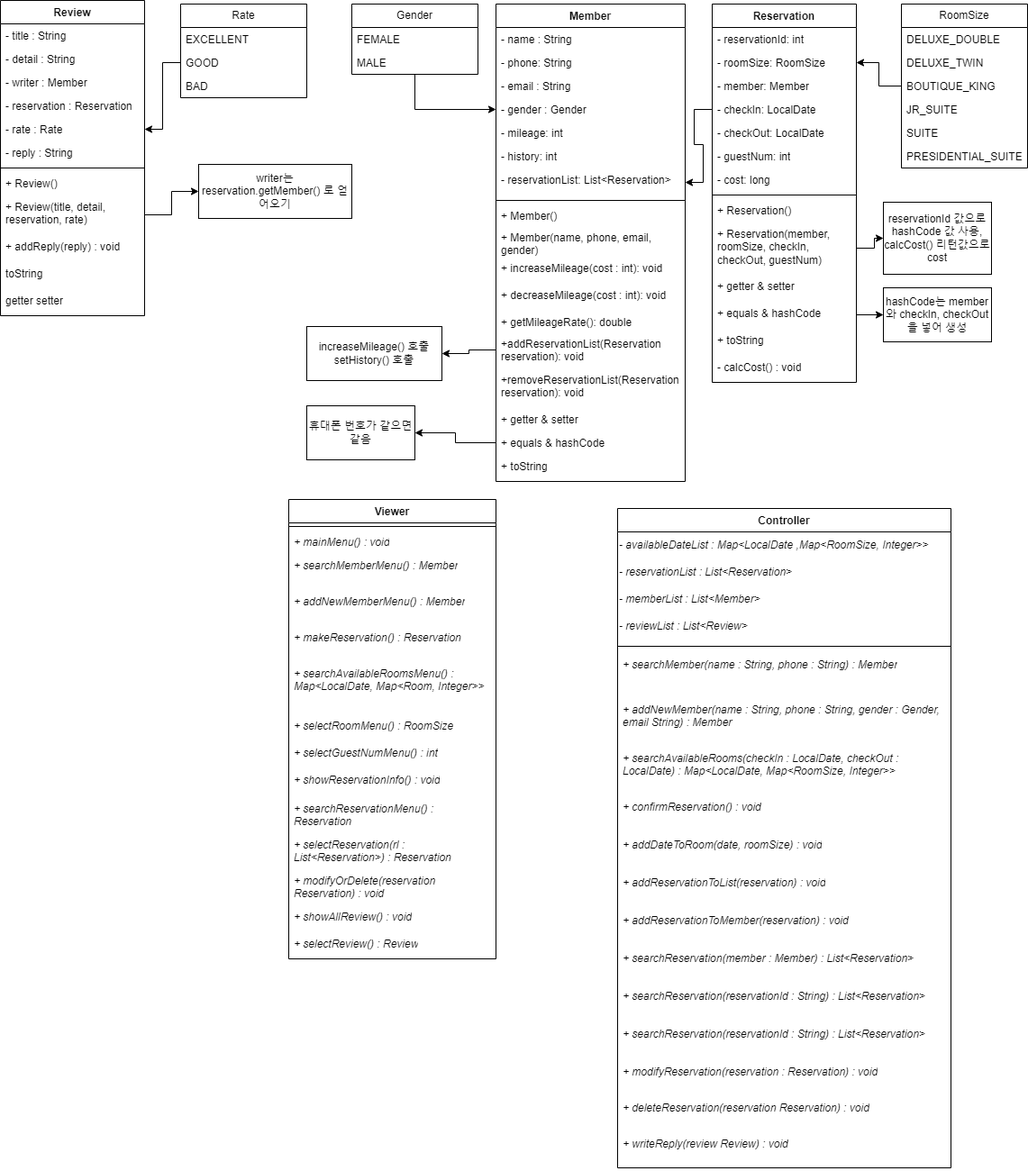
zoseonghun/hotel-reservation-program keeps this draw.io diagram as flow chart/클래스 다이어그램.png. Above is the earlier version. Source tidied: cells renumbered, new cells last; positions are measured from the earlier drawing's top-left corner, leaving out a move shared by most shapes.
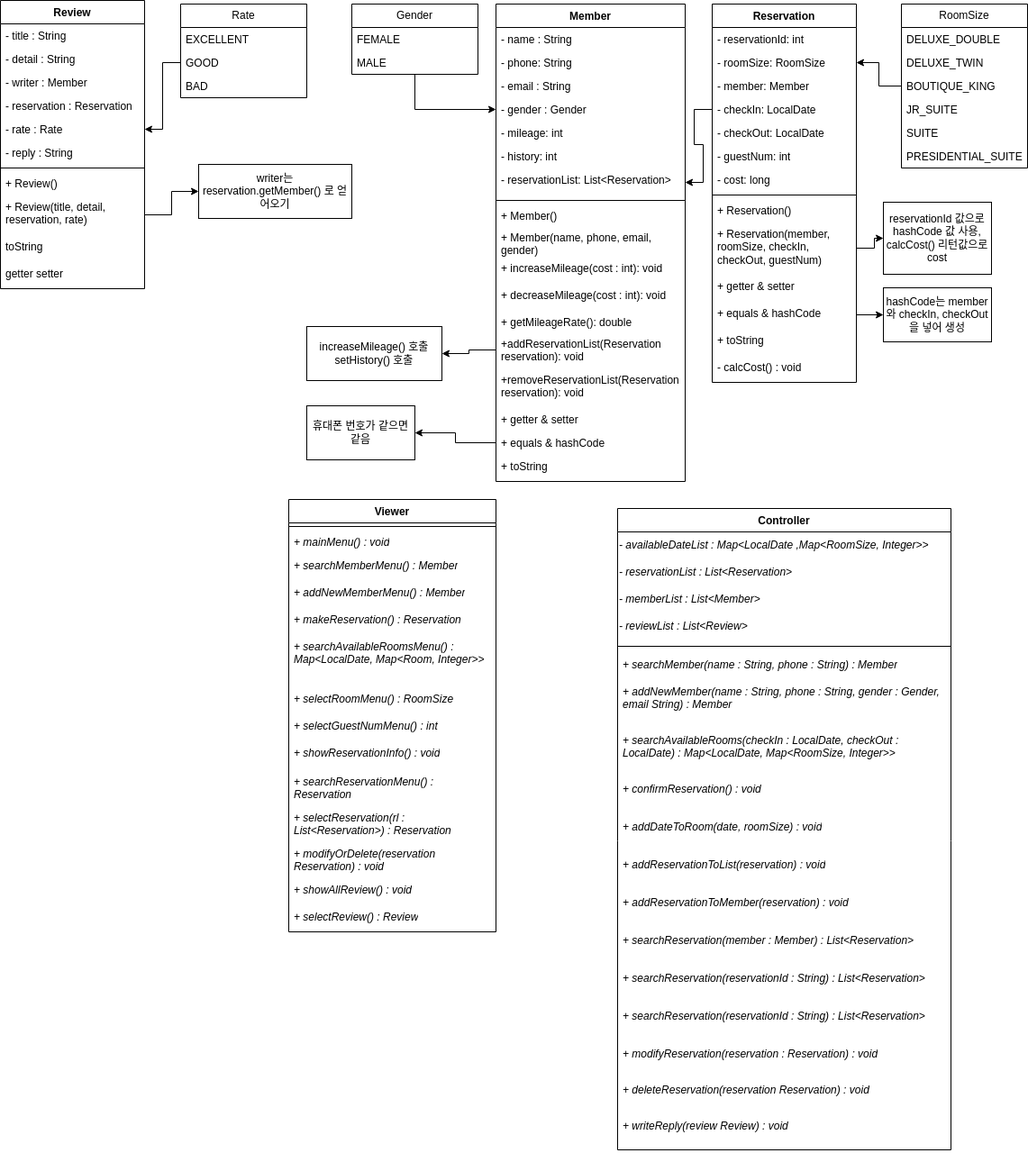
Later version of the same file.

Commit message:
modify flow chart & class diagram

What changed in the source:
```diff
@@ -141,7 +141,7 @@
       <mxGeometry y="156" width="140" height="26" as="geometry" />
     </mxCell>
     <mxCell id="48" value="Viewer" style="swimlane;fontStyle=1;align=center;verticalAlign=top;horizontal=1;startSize=26;whiteSpace=wrap;html=1;" parent="1" vertex="1">
-      <mxGeometry x="320" y="554" width="230" height="510" as="geometry" />
+      <mxGeometry x="320" y="554" width="230" height="480" as="geometry" />
     </mxCell>
     <mxCell id="49" style="line;strokeWidth=1;fillColor=none;align=left;verticalAlign=middle;spacingTop=-1;spacingLeft=3;spacingRight=3;labelPosition=right;strokeColor=inherit;" parent="48" vertex="1">
       <mxGeometry y="26" width="230" height="8" as="geometry" />
@@ -150,43 +150,43 @@
       <mxGeometry y="34" width="230" height="26" as="geometry" />
     </mxCell>
     <mxCell id="51" value="&lt;i&gt;+ searchMemberMenu() : Member&lt;/i&gt;" style="text;strokeColor=none;fillColor=none;align=left;verticalAlign=top;spacingLeft=4;spacingRight=4;overflow=hidden;whiteSpace=wrap;html=1;" parent="48" vertex="1">
-      <mxGeometry y="60" width="230" height="40" as="geometry" />
+      <mxGeometry y="60" width="230" height="30" as="geometry" />
     </mxCell>
     <mxCell id="52" value="&lt;i&gt;+ addNewMemberMenu() : Member&lt;/i&gt;" style="text;strokeColor=none;fillColor=none;align=left;verticalAlign=top;spacingLeft=4;spacingRight=4;overflow=hidden;whiteSpace=wrap;html=1;" parent="48" vertex="1">
-      <mxGeometry y="100" width="230" height="40" as="geometry" />
+      <mxGeometry y="90" width="230" height="30" as="geometry" />
     </mxCell>
     <mxCell id="53" value="&lt;i&gt;+ makeReservation() : Reservation&lt;/i&gt;" style="text;strokeColor=none;fillColor=none;align=left;verticalAlign=top;spacingLeft=4;spacingRight=4;overflow=hidden;whiteSpace=wrap;html=1;" parent="48" vertex="1">
-      <mxGeometry y="140" width="230" height="40" as="geometry" />
+      <mxGeometry y="120" width="230" height="30" as="geometry" />
     </mxCell>
     <mxCell id="54" value="&lt;i&gt;+ searchAvailableRoomsMenu() : Map&amp;lt;LocalDate, Map&amp;lt;Room, Integer&amp;gt;&amp;gt;&lt;/i&gt;" style="text;strokeColor=none;fillColor=none;align=left;verticalAlign=top;spacingLeft=4;spacingRight=4;overflow=hidden;whiteSpace=wrap;html=1;" parent="48" vertex="1">
-      <mxGeometry y="180" width="230" height="58" as="geometry" />
+      <mxGeometry y="150" width="230" height="58" as="geometry" />
     </mxCell>
     <mxCell id="55" value="&lt;i&gt;+ selectRoomMenu() : RoomSize&lt;/i&gt;" style="text;strokeColor=none;fillColor=none;align=left;verticalAlign=top;spacingLeft=4;spacingRight=4;overflow=hidden;whiteSpace=wrap;html=1;" parent="48" vertex="1">
-      <mxGeometry y="238" width="230" height="30" as="geometry" />
+      <mxGeometry y="208" width="230" height="30" as="geometry" />
     </mxCell>
     <mxCell id="56" value="&lt;i&gt;+ selectGuestNumMenu() : int&lt;/i&gt;" style="text;strokeColor=none;fillColor=none;align=left;verticalAlign=top;spacingLeft=4;spacingRight=4;overflow=hidden;whiteSpace=wrap;html=1;" parent="48" vertex="1">
-      <mxGeometry y="268" width="230" height="30" as="geometry" />
+      <mxGeometry y="238" width="230" height="30" as="geometry" />
     </mxCell>
     <mxCell id="57" value="&lt;i&gt;+ showReservationInfo() : void&lt;/i&gt;" style="text;strokeColor=none;fillColor=none;align=left;verticalAlign=top;spacingLeft=4;spacingRight=4;overflow=hidden;whiteSpace=wrap;html=1;" parent="48" vertex="1">
-      <mxGeometry y="298" width="230" height="32" as="geometry" />
+      <mxGeometry y="268" width="230" height="32" as="geometry" />
     </mxCell>
     <mxCell id="58" value="&lt;i&gt;+ searchReservationMenu() : Reservation&lt;/i&gt;" style="text;strokeColor=none;fillColor=none;align=left;verticalAlign=top;spacingLeft=4;spacingRight=4;overflow=hidden;whiteSpace=wrap;html=1;" parent="48" vertex="1">
-      <mxGeometry y="330" width="230" height="40" as="geometry" />
+      <mxGeometry y="300" width="230" height="40" as="geometry" />
     </mxCell>
     <mxCell id="59" value="&lt;i&gt;+ selectReservation(rl : List&amp;lt;Reservation&amp;gt;) : Reservation&lt;/i&gt;" style="text;strokeColor=none;fillColor=none;align=left;verticalAlign=top;spacingLeft=4;spacingRight=4;overflow=hidden;whiteSpace=wrap;html=1;" parent="48" vertex="1">
-      <mxGeometry y="370" width="230" height="40" as="geometry" />
+      <mxGeometry y="340" width="230" height="40" as="geometry" />
     </mxCell>
     <mxCell id="60" value="&lt;i&gt;+ modifyOrDelete(reservation Reservation) : void&lt;/i&gt;" style="text;strokeColor=none;fillColor=none;align=left;verticalAlign=top;spacingLeft=4;spacingRight=4;overflow=hidden;whiteSpace=wrap;html=1;" parent="48" vertex="1">
-      <mxGeometry y="410" width="230" height="40" as="geometry" />
+      <mxGeometry y="380" width="230" height="40" as="geometry" />
     </mxCell>
     <mxCell id="61" value="&lt;i&gt;+ showAllReview() : void&lt;/i&gt;" style="text;strokeColor=none;fillColor=none;align=left;verticalAlign=top;spacingLeft=4;spacingRight=4;overflow=hidden;whiteSpace=wrap;html=1;" parent="48" vertex="1">
-      <mxGeometry y="450" width="230" height="30" as="geometry" />
+      <mxGeometry y="420" width="230" height="30" as="geometry" />
     </mxCell>
     <mxCell id="62" value="&lt;i&gt;+ selectReview() : Review&lt;/i&gt;" style="text;strokeColor=none;fillColor=none;align=left;verticalAlign=top;spacingLeft=4;spacingRight=4;overflow=hidden;whiteSpace=wrap;html=1;" parent="48" vertex="1">
-      <mxGeometry y="480" width="230" height="30" as="geometry" />
+      <mxGeometry y="450" width="230" height="30" as="geometry" />
     </mxCell>
     <mxCell id="63" value="Controller" style="swimlane;fontStyle=1;align=center;verticalAlign=top;horizontal=1;startSize=26;whiteSpace=wrap;html=1;" parent="1" vertex="1">
-      <mxGeometry x="685" y="564" width="370" height="732" as="geometry" />
+      <mxGeometry x="685" y="564" width="370" height="712" as="geometry" />
     </mxCell>
     <mxCell id="64" value="&lt;i&gt;- availableDateList : Map&amp;lt;LocalDate ,Map&amp;lt;RoomSize, Integer&amp;gt;&amp;gt;&lt;/i&gt;" style="text;html=1;align=left;verticalAlign=middle;strokeColor=none;fillColor=none;" parent="63" vertex="1">
       <mxGeometry y="26" width="370" height="30" as="geometry" />
@@ -204,43 +204,43 @@
       <mxGeometry y="146" width="370" height="14" as="geometry" />
     </mxCell>
     <mxCell id="69" value="&lt;i&gt;+ searchMember(name : String, phone : String) : Member&lt;/i&gt;" style="text;strokeColor=none;fillColor=none;align=left;verticalAlign=top;spacingLeft=4;spacingRight=4;overflow=hidden;whiteSpace=wrap;html=1;" parent="63" vertex="1">
-      <mxGeometry y="160" width="370" height="50" as="geometry" />
+      <mxGeometry y="160" width="370" height="30" as="geometry" />
     </mxCell>
     <mxCell id="70" value="&lt;i&gt;+ addNewMember(name : String, phone : String, gender : Gender, email String) : Member&lt;/i&gt;" style="text;strokeColor=none;fillColor=none;align=left;verticalAlign=top;spacingLeft=4;spacingRight=4;overflow=hidden;whiteSpace=wrap;html=1;" parent="63" vertex="1">
-      <mxGeometry y="210" width="370" height="54" as="geometry" />
+      <mxGeometry y="190" width="370" height="54" as="geometry" />
     </mxCell>
     <mxCell id="71" value="&lt;i&gt;+ searchAvailableRooms(checkIn : LocalDate, checkOut : LocalDate) : Map&amp;lt;LocalDate, Map&amp;lt;RoomSize, Integer&amp;gt;&amp;gt;&lt;/i&gt;" style="text;strokeColor=none;fillColor=none;align=left;verticalAlign=top;spacingLeft=4;spacingRight=4;overflow=hidden;whiteSpace=wrap;html=1;" parent="63" vertex="1">
-      <mxGeometry y="264" width="370" height="54" as="geometry" />
+      <mxGeometry y="244" width="370" height="54" as="geometry" />
     </mxCell>
     <mxCell id="72" value="&lt;i&gt;+ confirmReservation() : void&lt;/i&gt;" style="text;strokeColor=none;fillColor=none;align=left;verticalAlign=top;spacingLeft=4;spacingRight=4;overflow=hidden;whiteSpace=wrap;html=1;" parent="63" vertex="1">
-      <mxGeometry y="318" width="370" height="42" as="geometry" />
+      <mxGeometry y="298" width="370" height="42" as="geometry" />
     </mxCell>
     <mxCell id="73" value="&lt;i&gt;+ addDateToRoom(date, roomSize) : void&lt;/i&gt;" style="text;strokeColor=none;fillColor=none;align=left;verticalAlign=top;spacingLeft=4;spacingRight=4;overflow=hidden;whiteSpace=wrap;html=1;" parent="63" vertex="1">
-      <mxGeometry y="360" width="370" height="42" as="geometry" />
+      <mxGeometry y="340" width="370" height="42" as="geometry" />
     </mxCell>
     <mxCell id="74" value="&lt;i&gt;+ addReservationToList(reservation) : void&lt;/i&gt;" style="text;strokeColor=none;fillColor=none;align=left;verticalAlign=top;spacingLeft=4;spacingRight=4;overflow=hidden;whiteSpace=wrap;html=1;" parent="63" vertex="1">
-      <mxGeometry y="402" width="370" height="42" as="geometry" />
+      <mxGeometry y="382" width="370" height="42" as="geometry" />
     </mxCell>
     <mxCell id="75" value="&lt;i&gt;+ addReservationToMember(reservation) : void&lt;/i&gt;" style="text;strokeColor=none;fillColor=none;align=left;verticalAlign=top;spacingLeft=4;spacingRight=4;overflow=hidden;whiteSpace=wrap;html=1;" parent="63" vertex="1">
-      <mxGeometry y="444" width="370" height="42" as="geometry" />
+      <mxGeometry y="424" width="370" height="42" as="geometry" />
     </mxCell>
     <mxCell id="76" value="&lt;i&gt;+ searchReservation(member : Member) : List&amp;lt;Reservation&amp;gt;&lt;/i&gt;" style="text;strokeColor=none;fillColor=none;align=left;verticalAlign=top;spacingLeft=4;spacingRight=4;overflow=hidden;whiteSpace=wrap;html=1;" parent="63" vertex="1">
-      <mxGeometry y="486" width="370" height="42" as="geometry" />
+      <mxGeometry y="466" width="370" height="42" as="geometry" />
     </mxCell>
     <mxCell id="77" value="&lt;i&gt;+ searchReservation(reservationId : String) : List&amp;lt;Reservation&amp;gt;&lt;/i&gt;" style="text;strokeColor=none;fillColor=none;align=left;verticalAlign=top;spacingLeft=4;spacingRight=4;overflow=hidden;whiteSpace=wrap;html=1;" parent="63" vertex="1">
-      <mxGeometry y="528" width="370" height="42" as="geometry" />
+      <mxGeometry y="508" width="370" height="42" as="geometry" />
     </mxCell>
     <mxCell id="78" value="&lt;i&gt;+ searchReservation(reservationId : String) : List&amp;lt;Reservation&amp;gt;&lt;/i&gt;" style="text;strokeColor=none;fillColor=none;align=left;verticalAlign=top;spacingLeft=4;spacingRight=4;overflow=hidden;whiteSpace=wrap;html=1;" parent="63" vertex="1">
-      <mxGeometry y="570" width="370" height="42" as="geometry" />
+      <mxGeometry y="550" width="370" height="42" as="geometry" />
     </mxCell>
     <mxCell id="79" value="&lt;i&gt;+ modifyReservation(reservation : Reservation) : void&lt;/i&gt;" style="text;strokeColor=none;fillColor=none;align=left;verticalAlign=top;spacingLeft=4;spacingRight=4;overflow=hidden;whiteSpace=wrap;html=1;" parent="63" vertex="1">
-      <mxGeometry y="612" width="370" height="40" as="geometry" />
+      <mxGeometry y="592" width="370" height="40" as="geometry" />
     </mxCell>
     <mxCell id="80" value="&lt;i&gt;+ deleteReservation(reservation Reservation) : void&lt;/i&gt;" style="text;strokeColor=none;fillColor=none;align=left;verticalAlign=top;spacingLeft=4;spacingRight=4;overflow=hidden;whiteSpace=wrap;html=1;" parent="63" vertex="1">
-      <mxGeometry y="652" width="370" height="40" as="geometry" />
+      <mxGeometry y="632" width="370" height="40" as="geometry" />
     </mxCell>
     <mxCell id="81" value="&lt;i&gt;+ writeReply(review Review) : void&lt;/i&gt;" style="text;strokeColor=none;fillColor=none;align=left;verticalAlign=top;spacingLeft=4;spacingRight=4;overflow=hidden;whiteSpace=wrap;html=1;" parent="63" vertex="1">
-      <mxGeometry y="692" width="370" height="40" as="geometry" />
+      <mxGeometry y="672" width="370" height="40" as="geometry" />
     </mxCell>
     <mxCell id="82" style="edgeStyle=orthogonalEdgeStyle;rounded=0;jettySize=auto;html=1;entryX=1;entryY=0.5;entryDx=0;entryDy=0;" parent="1" edge="1" source="25" target="9">
       <mxGeometry relative="1" as="geometry" />
@@ -270,7 +270,7 @@
       <mxGeometry relative="1" as="geometry" />
     </mxCell>
     <mxCell id="91" value="Review" style="swimlane;fontStyle=1;align=center;verticalAlign=top;horizontal=1;startSize=26;whiteSpace=wrap;html=1;" parent="1" vertex="1">
-      <mxGeometry width="160" height="350" as="geometry" />
+      <mxGeometry width="160" height="320" as="geometry" />
     </mxCell>
     <mxCell id="92" value="- title : String" style="text;strokeColor=none;fillColor=none;align=left;verticalAlign=top;spacingLeft=4;spacingRight=4;overflow=hidden;whiteSpace=wrap;html=1;" parent="91" vertex="1">
       <mxGeometry y="26" width="160" height="26" as="geometry" />
@@ -299,14 +299,11 @@
     <mxCell id="100" value="+ Review(title, detail,&amp;nbsp; reservation, rate)" style="text;strokeColor=none;fillColor=none;align=left;verticalAlign=top;spacingLeft=4;spacingRight=4;overflow=hidden;points=[[0,0.5],[1,0.5]];portConstraint=eastwest;whiteSpace=wrap;html=1;" parent="91" vertex="1">
       <mxGeometry y="216" width="160" height="44" as="geometry" />
     </mxCell>
-    <mxCell id="101" value="+ addReply(reply) : void" style="text;strokeColor=none;fillColor=none;align=left;verticalAlign=top;spacingLeft=4;spacingRight=4;overflow=hidden;whiteSpace=wrap;html=1;" parent="91" vertex="1">
-      <mxGeometry y="260" width="160" height="30" as="geometry" />
-    </mxCell>
     <mxCell id="102" value="toString" style="text;strokeColor=none;fillColor=none;align=left;verticalAlign=top;spacingLeft=4;spacingRight=4;overflow=hidden;whiteSpace=wrap;html=1;" parent="91" vertex="1">
-      <mxGeometry y="290" width="160" height="30" as="geometry" />
+      <mxGeometry y="260" width="160" height="30" as="geometry" />
     </mxCell>
     <mxCell id="103" value="getter setter" style="text;strokeColor=none;fillColor=none;align=left;verticalAlign=top;spacingLeft=4;spacingRight=4;overflow=hidden;whiteSpace=wrap;html=1;" parent="91" vertex="1">
-      <mxGeometry y="320" width="160" height="30" as="geometry" />
+      <mxGeometry y="290" width="160" height="30" as="geometry" />
     </mxCell>
     <mxCell id="104" value="Rate" style="swimlane;fontStyle=0;horizontal=1;startSize=26;fillColor=none;whiteSpace=wrap;html=1;" parent="1" vertex="1">
       <mxGeometry x="200" y="4" width="140" height="104" as="geometry" />
```
